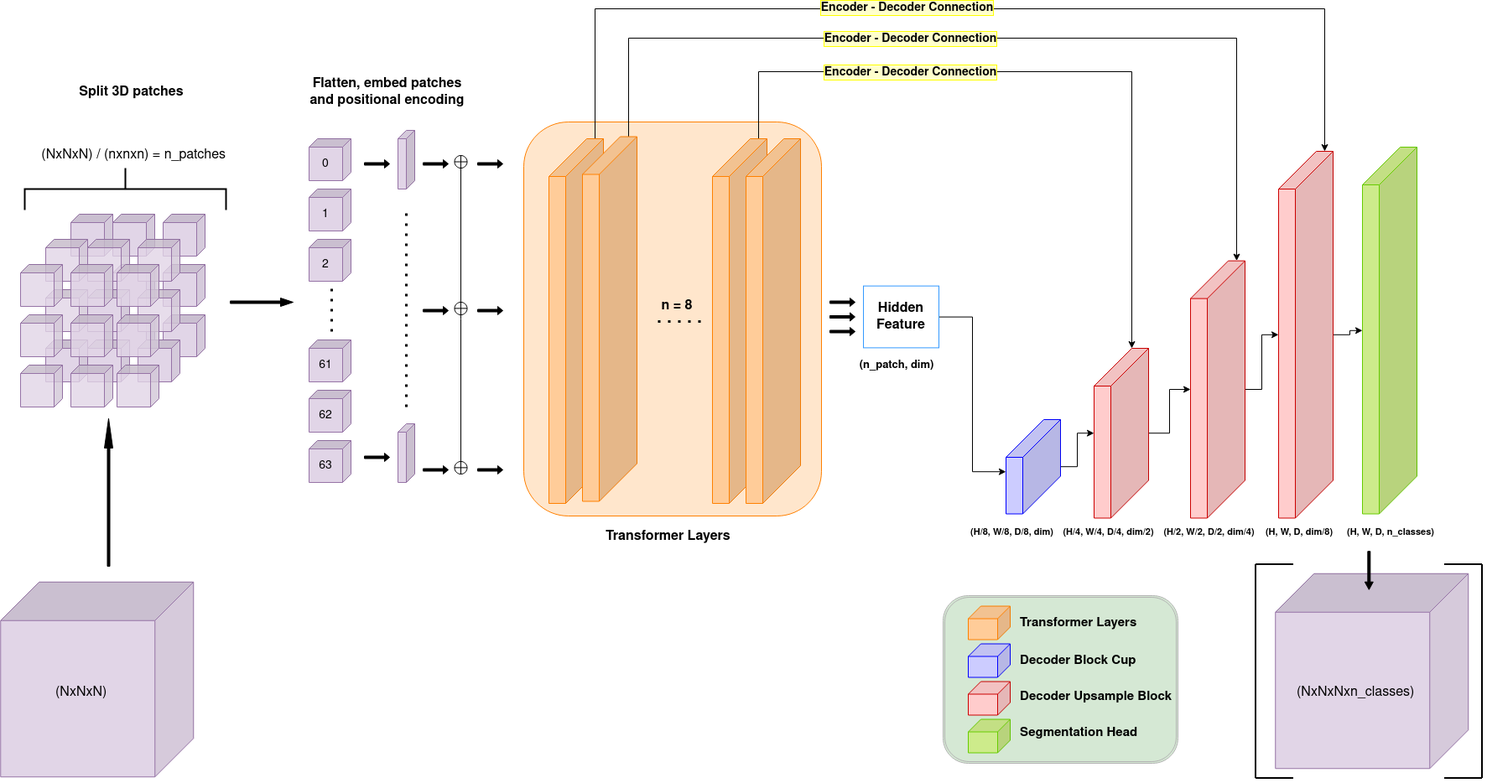
Before: diagrams/neural_network_arch.drawio.png, a diagram exported from draw.io (camilolaiton/SelfAttention3DBrainSegmentation). Source tidied: cells renumbered, new cells last; positions are measured from the earlier drawing's top-left corner, leaving out a move shared by most shapes.
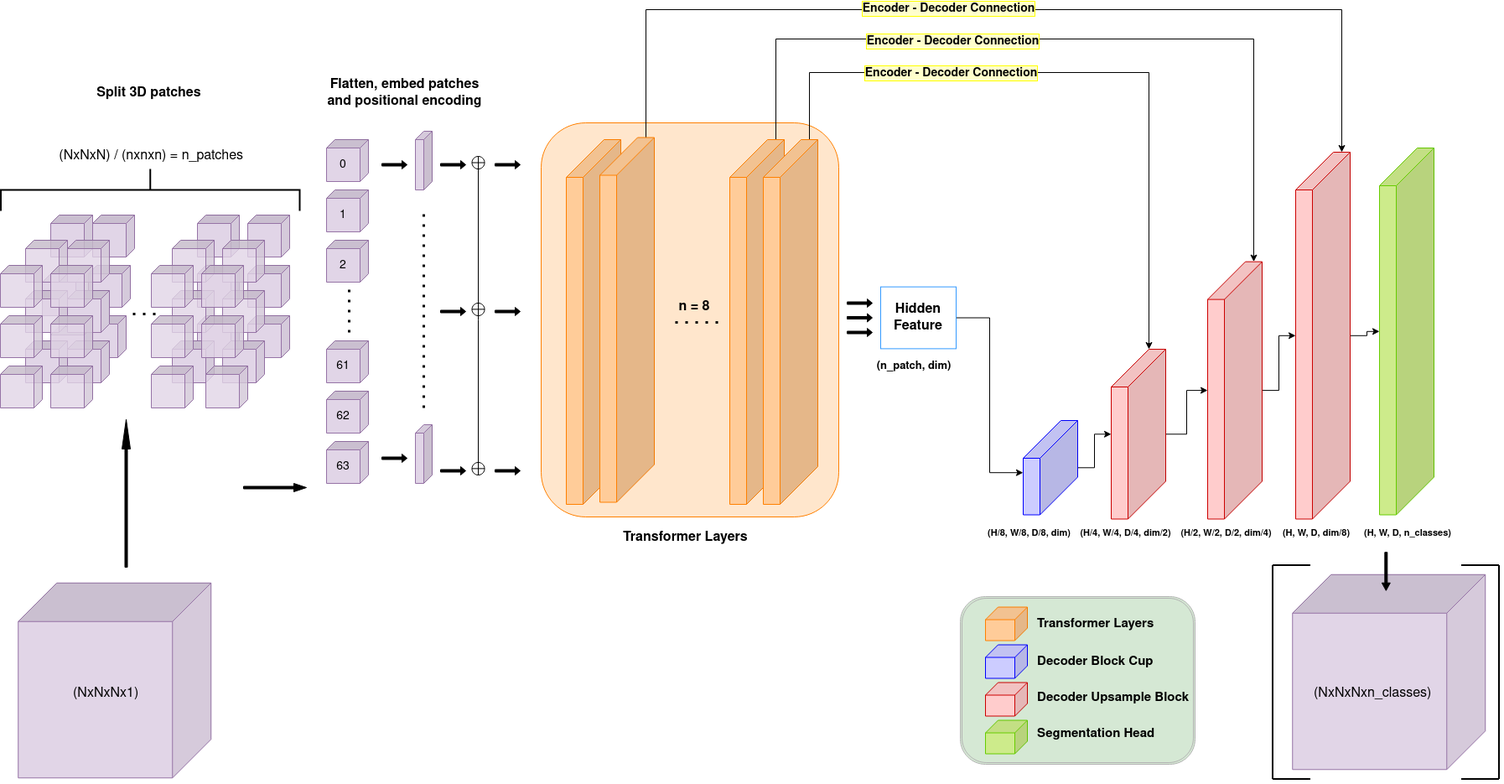
Above is the later version.

Commit message:
changes in neural network diagram and configuration

Change to the diagram source:
```diff
@@ -15,91 +15,91 @@
       <mxGeometry x="542.5" y="350" width="15" height="15" as="geometry" />
     </mxCell>
     <mxCell id="6" style="shape=cube;whiteSpace=wrap;html=1;boundedLbl=1;backgroundOutline=1;darkOpacity=0.05;darkOpacity2=0.1;size=10;rotation=90;fillColor=#e1d5e7;strokeColor=#9673a6;" parent="1" vertex="1">
-      <mxGeometry x="85" y="365" width="50" height="50" as="geometry" />
+      <mxGeometry x="80" y="365" width="50" height="50" as="geometry" />
     </mxCell>
     <mxCell id="7" style="shape=cube;whiteSpace=wrap;html=1;boundedLbl=1;backgroundOutline=1;darkOpacity=0.05;darkOpacity2=0.1;size=10;rotation=90;fillColor=#e1d5e7;strokeColor=#9673a6;" parent="1" vertex="1">
-      <mxGeometry x="135" y="365" width="50" height="50" as="geometry" />
+      <mxGeometry x="30" y="315" width="50" height="50" as="geometry" />
     </mxCell>
     <mxCell id="8" style="shape=cube;whiteSpace=wrap;html=1;boundedLbl=1;backgroundOutline=1;darkOpacity=0.05;darkOpacity2=0.1;size=10;rotation=90;fillColor=#e1d5e7;strokeColor=#9673a6;" parent="1" vertex="1">
-      <mxGeometry x="195" y="365" width="50" height="50" as="geometry" />
+      <mxGeometry x="215" y="365" width="50" height="50" as="geometry" />
     </mxCell>
     <mxCell id="9" style="shape=cube;whiteSpace=wrap;html=1;boundedLbl=1;backgroundOutline=1;darkOpacity=0.05;darkOpacity2=0.1;size=10;direction=east;flipH=1;fillColor=#e1d5e7;strokeColor=#9673a6;" parent="1" vertex="1">
       <mxGeometry x="475" y="145" width="20" height="70" as="geometry" />
     </mxCell>
     <mxCell id="10" style="shape=cube;whiteSpace=wrap;html=1;boundedLbl=1;backgroundOutline=1;darkOpacity=0.05;darkOpacity2=0.1;size=10;rotation=90;fillColor=#e1d5e7;strokeColor=#9673a6;" parent="1" vertex="1">
-      <mxGeometry x="85" y="245" width="50" height="50" as="geometry" />
+      <mxGeometry x="40" y="245" width="50" height="50" as="geometry" />
     </mxCell>
     <mxCell id="11" style="shape=cube;whiteSpace=wrap;html=1;boundedLbl=1;backgroundOutline=1;darkOpacity=0.05;darkOpacity2=0.1;size=10;rotation=90;fillColor=#e1d5e7;strokeColor=#9673a6;" parent="1" vertex="1">
-      <mxGeometry x="135" y="245" width="50" height="50" as="geometry" />
+      <mxGeometry x="90" y="245" width="50" height="50" as="geometry" />
     </mxCell>
     <mxCell id="12" style="shape=cube;whiteSpace=wrap;html=1;boundedLbl=1;backgroundOutline=1;darkOpacity=0.05;darkOpacity2=0.1;size=10;rotation=90;fillColor=#e1d5e7;strokeColor=#9673a6;" parent="1" vertex="1">
-      <mxGeometry x="195" y="245" width="50" height="50" as="geometry" />
+      <mxGeometry x="215" y="245" width="50" height="50" as="geometry" />
     </mxCell>
     <mxCell id="13" style="shape=cube;whiteSpace=wrap;html=1;boundedLbl=1;backgroundOutline=1;darkOpacity=0.05;darkOpacity2=0.1;size=10;rotation=90;fillColor=#e1d5e7;strokeColor=#9673a6;" parent="1" vertex="1">
       <mxGeometry x="85" y="305" width="50" height="50" as="geometry" />
     </mxCell>
     <mxCell id="14" style="shape=cube;whiteSpace=wrap;html=1;boundedLbl=1;backgroundOutline=1;darkOpacity=0.05;darkOpacity2=0.1;size=10;rotation=90;fillColor=#e1d5e7;strokeColor=#9673a6;" parent="1" vertex="1">
-      <mxGeometry x="135" y="305" width="50" height="50" as="geometry" />
+      <mxGeometry x="40" y="378" width="50" height="50" as="geometry" />
     </mxCell>
     <mxCell id="15" style="shape=cube;whiteSpace=wrap;html=1;boundedLbl=1;backgroundOutline=1;darkOpacity=0.05;darkOpacity2=0.1;size=10;rotation=90;fillColor=#e1d5e7;strokeColor=#9673a6;" parent="1" vertex="1">
-      <mxGeometry x="195" y="305" width="50" height="50" as="geometry" />
+      <mxGeometry x="215" y="305" width="50" height="50" as="geometry" />
     </mxCell>
     <mxCell id="16" style="shape=cube;whiteSpace=wrap;html=1;boundedLbl=1;backgroundOutline=1;darkOpacity=0.05;darkOpacity2=0.1;size=10;rotation=90;fillColor=#e1d5e7;strokeColor=#9673a6;fillOpacity=80;" parent="1" vertex="1">
-      <mxGeometry x="55" y="275" width="50" height="50" as="geometry" />
+      <mxGeometry x="10" y="275" width="50" height="50" as="geometry" />
     </mxCell>
     <mxCell id="17" style="shape=cube;whiteSpace=wrap;html=1;boundedLbl=1;backgroundOutline=1;darkOpacity=0.05;darkOpacity2=0.1;size=10;rotation=90;fillColor=#e1d5e7;strokeColor=#9673a6;fillOpacity=80;" parent="1" vertex="1">
-      <mxGeometry x="105" y="275" width="50" height="50" as="geometry" />
+      <mxGeometry x="60" y="275" width="50" height="50" as="geometry" />
     </mxCell>
     <mxCell id="18" style="shape=cube;whiteSpace=wrap;html=1;boundedLbl=1;backgroundOutline=1;darkOpacity=0.05;darkOpacity2=0.1;size=10;rotation=90;fillColor=#e1d5e7;strokeColor=#9673a6;fillOpacity=80;" parent="1" vertex="1">
-      <mxGeometry x="165" y="275" width="50" height="50" as="geometry" />
+      <mxGeometry x="185" y="275" width="50" height="50" as="geometry" />
     </mxCell>
     <mxCell id="19" style="shape=cube;whiteSpace=wrap;html=1;boundedLbl=1;backgroundOutline=1;darkOpacity=0.05;darkOpacity2=0.1;size=10;rotation=90;fillColor=#e1d5e7;strokeColor=#9673a6;fillOpacity=80;" parent="1" vertex="1">
-      <mxGeometry x="55" y="335" width="50" height="50" as="geometry" />
+      <mxGeometry x="10" y="335" width="50" height="50" as="geometry" />
     </mxCell>
     <mxCell id="20" style="shape=cube;whiteSpace=wrap;html=1;boundedLbl=1;backgroundOutline=1;darkOpacity=0.05;darkOpacity2=0.1;size=10;rotation=90;fillColor=#e1d5e7;strokeColor=#9673a6;" parent="1" vertex="1">
-      <mxGeometry x="105" y="335" width="50" height="50" as="geometry" />
+      <mxGeometry x="60" y="335" width="50" height="50" as="geometry" />
     </mxCell>
     <mxCell id="21" style="shape=cube;whiteSpace=wrap;html=1;boundedLbl=1;backgroundOutline=1;darkOpacity=0.05;darkOpacity2=0.1;size=10;rotation=90;fillColor=#e1d5e7;strokeColor=#9673a6;fillOpacity=80;" parent="1" vertex="1">
-      <mxGeometry x="165" y="335" width="50" height="50" as="geometry" />
+      <mxGeometry x="185" y="335" width="50" height="50" as="geometry" />
     </mxCell>
     <mxCell id="22" style="shape=cube;whiteSpace=wrap;html=1;boundedLbl=1;backgroundOutline=1;darkOpacity=0.05;darkOpacity2=0.1;size=10;rotation=90;fillColor=#e1d5e7;strokeColor=#9673a6;fillOpacity=80;" parent="1" vertex="1">
-      <mxGeometry x="25" y="305" width="50" height="50" as="geometry" />
+      <mxGeometry x="-20" y="305" width="50" height="50" as="geometry" />
     </mxCell>
     <mxCell id="23" style="shape=cube;whiteSpace=wrap;html=1;boundedLbl=1;backgroundOutline=1;darkOpacity=0.05;darkOpacity2=0.1;size=10;rotation=90;fillColor=#e1d5e7;strokeColor=#9673a6;" parent="1" vertex="1">
-      <mxGeometry x="165" y="395" width="50" height="50" as="geometry" />
+      <mxGeometry x="185" y="395" width="50" height="50" as="geometry" />
     </mxCell>
     <mxCell id="24" style="shape=cube;whiteSpace=wrap;html=1;boundedLbl=1;backgroundOutline=1;darkOpacity=0.05;darkOpacity2=0.1;size=10;rotation=90;fillColor=#e1d5e7;strokeColor=#9673a6;" parent="1" vertex="1">
-      <mxGeometry x="105" y="395" width="50" height="50" as="geometry" />
+      <mxGeometry x="60" y="395" width="50" height="50" as="geometry" />
     </mxCell>
     <mxCell id="25" style="shape=cube;whiteSpace=wrap;html=1;boundedLbl=1;backgroundOutline=1;darkOpacity=0.05;darkOpacity2=0.1;size=10;rotation=90;fillColor=#e1d5e7;strokeColor=#9673a6;" parent="1" vertex="1">
-      <mxGeometry x="55" y="395" width="50" height="50" as="geometry" />
+      <mxGeometry x="10" y="395" width="50" height="50" as="geometry" />
     </mxCell>
     <mxCell id="26" style="shape=cube;whiteSpace=wrap;html=1;boundedLbl=1;backgroundOutline=1;darkOpacity=0.05;darkOpacity2=0.1;size=10;rotation=90;fillColor=#e1d5e7;strokeColor=#9673a6;fillOpacity=80;" parent="1" vertex="1">
-      <mxGeometry x="85" y="305" width="50" height="50" as="geometry" />
+      <mxGeometry x="40" y="305" width="50" height="50" as="geometry" />
     </mxCell>
     <mxCell id="27" style="shape=cube;whiteSpace=wrap;html=1;boundedLbl=1;backgroundOutline=1;darkOpacity=0.05;darkOpacity2=0.1;size=10;rotation=90;fillColor=#e1d5e7;strokeColor=#9673a6;fillOpacity=80;" parent="1" vertex="1">
-      <mxGeometry x="140" y="305" width="50" height="50" as="geometry" />
+      <mxGeometry x="160" y="305" width="50" height="50" as="geometry" />
     </mxCell>
     <mxCell id="28" style="shape=cube;whiteSpace=wrap;html=1;boundedLbl=1;backgroundOutline=1;darkOpacity=0.05;darkOpacity2=0.1;size=10;rotation=90;fillColor=#e1d5e7;strokeColor=#9673a6;fillOpacity=80;" parent="1" vertex="1">
-      <mxGeometry x="85" y="365" width="50" height="50" as="geometry" />
+      <mxGeometry x="40" y="365" width="50" height="50" as="geometry" />
     </mxCell>
     <mxCell id="29" style="shape=cube;whiteSpace=wrap;html=1;boundedLbl=1;backgroundOutline=1;darkOpacity=0.05;darkOpacity2=0.1;size=10;rotation=90;fillColor=#e1d5e7;strokeColor=#9673a6;fillOpacity=80;" parent="1" vertex="1">
-      <mxGeometry x="25" y="365" width="50" height="50" as="geometry" />
+      <mxGeometry x="-20" y="365" width="50" height="50" as="geometry" />
     </mxCell>
     <mxCell id="30" style="shape=cube;whiteSpace=wrap;html=1;boundedLbl=1;backgroundOutline=1;darkOpacity=0.05;darkOpacity2=0.1;size=10;rotation=90;fillColor=#e1d5e7;strokeColor=#9673a6;fillOpacity=80;" parent="1" vertex="1">
-      <mxGeometry x="140" y="365" width="50" height="50" as="geometry" />
+      <mxGeometry x="160" y="365" width="50" height="50" as="geometry" />
     </mxCell>
     <mxCell id="31" style="shape=cube;whiteSpace=wrap;html=1;boundedLbl=1;backgroundOutline=1;darkOpacity=0.05;darkOpacity2=0.1;size=10;rotation=90;fillColor=#e1d5e7;strokeColor=#9673a6;shadow=0;fillOpacity=80;" parent="1" vertex="1">
-      <mxGeometry x="25" y="425" width="50" height="50" as="geometry" />
+      <mxGeometry x="-20" y="425" width="50" height="50" as="geometry" />
     </mxCell>
     <mxCell id="32" style="shape=cube;whiteSpace=wrap;html=1;boundedLbl=1;backgroundOutline=1;darkOpacity=0.05;darkOpacity2=0.1;size=10;rotation=90;fillColor=#e1d5e7;strokeColor=#9673a6;fillOpacity=80;" parent="1" vertex="1">
-      <mxGeometry x="85" y="425" width="50" height="50" as="geometry" />
+      <mxGeometry x="40" y="425" width="50" height="50" as="geometry" />
     </mxCell>
     <mxCell id="33" style="shape=cube;whiteSpace=wrap;html=1;boundedLbl=1;backgroundOutline=1;darkOpacity=0.05;darkOpacity2=0.1;size=10;rotation=90;fillColor=#e1d5e7;strokeColor=#9673a6;fillOpacity=80;" parent="1" vertex="1">
-      <mxGeometry x="140" y="425" width="50" height="50" as="geometry" />
+      <mxGeometry x="160" y="425" width="50" height="50" as="geometry" />
     </mxCell>
     <mxCell id="34" style="shape=singleArrow;whiteSpace=wrap;html=1;fillColor=#000000;" parent="1" vertex="1">
-      <mxGeometry x="275" y="345" width="75" height="10" as="geometry" />
+      <mxGeometry x="270" y="565" width="75" height="10" as="geometry" />
     </mxCell>
     <mxCell id="35" style="shape=cube;whiteSpace=wrap;html=1;boundedLbl=1;backgroundOutline=1;darkOpacity=0.05;darkOpacity2=0.1;size=10;rotation=90;fillColor=#e1d5e7;strokeColor=#9673a6;" parent="1" vertex="1">
       <mxGeometry x="369" y="155" width="50" height="50" as="geometry" />
@@ -144,7 +144,7 @@
       <mxGeometry x="369" y="535" width="40" height="20" as="geometry" />
     </mxCell>
     <mxCell id="48" style="strokeWidth=2;html=1;shape=mxgraph.flowchart.annotation_2;align=left;labelPosition=right;fillColor=#999999;fontSize=14;rotation=90;" parent="1" vertex="1">
-      <mxGeometry x="125" y="95" width="50" height="240" as="geometry" />
+      <mxGeometry x="133.8" y="36.8" width="50" height="356.5" as="geometry" />
     </mxCell>
     <mxCell id="49" value="&lt;font style=&quot;font-size: 16px&quot;&gt;&amp;nbsp;(NxNxN) / (nxnxn) = n_patches&lt;/font&gt;" style="text;html=1;strokeColor=none;fillColor=none;align=center;verticalAlign=middle;whiteSpace=wrap;rounded=0;fontSize=14;" parent="1" vertex="1">
       <mxGeometry x="12.5" y="165" width="290" height="20" as="geometry" />
@@ -226,38 +226,43 @@
     <mxCell id="69" style="shape=singleArrow;whiteSpace=wrap;html=1;fillColor=#000000;" parent="1" vertex="1">
       <mxGeometry x="570" y="545" width="30" height="10" as="geometry" />
     </mxCell>
-    <mxCell id="70" style="edgeStyle=orthogonalEdgeStyle;rounded=0;jettySize=auto;html=1;" parent="1" edge="1" source="72" target="97">
+    <mxCell id="70" style="edgeStyle=orthogonalEdgeStyle;rounded=0;jettySize=auto;html=1;" parent="1" edge="1" target="97">
       <mxGeometry relative="1" as="geometry">
+        <mxPoint x="750" y="155" as="sourcePoint" />
         <Array as="points">
-          <mxPoint x="710" />
+          <mxPoint x="750" />
           <mxPoint x="1580" />
         </Array>
       </mxGeometry>
     </mxCell>
     <mxCell id="71" value="&lt;font size=&quot;1&quot;&gt;&lt;b&gt;&lt;font style=&quot;font-size: 14px&quot;&gt;Encoder - Decoder Connection&lt;/font&gt;&lt;/b&gt;&lt;/font&gt;" style="edgeLabel;html=1;align=center;verticalAlign=middle;labelBorderColor=#FFFF00;labelBackgroundColor=#FFFFCC;fontColor=#000000;" parent="70" vertex="1">
-      <mxGeometry x="-0.12" y="2" relative="1" as="geometry" />
+      <mxGeometry x="-0.12" y="2" relative="1" as="geometry">
+        <mxPoint x="7" as="offset" />
+      </mxGeometry>
     </mxCell>
     <mxCell id="72" style="shape=cube;whiteSpace=wrap;html=1;boundedLbl=1;backgroundOutline=1;darkOpacity=0.05;darkOpacity2=0.1;size=45;direction=east;flipH=1;fillColor=#FFCC99;strokeColor=#FF8000;" parent="1" vertex="1">
       <mxGeometry x="655" y="155" width="65" height="435" as="geometry" />
     </mxCell>
-    <mxCell id="73" style="edgeStyle=orthogonalEdgeStyle;rounded=0;jettySize=auto;html=1;entryX=0;entryY=0;entryDx=10;entryDy=0;entryPerimeter=0;" parent="1" edge="1" source="75" target="95">
+    <mxCell id="73" style="edgeStyle=orthogonalEdgeStyle;rounded=0;jettySize=auto;html=1;entryX=0;entryY=0;entryDx=10;entryDy=0;entryPerimeter=0;" parent="1" edge="1" source="78" target="95">
       <mxGeometry relative="1" as="geometry">
         <Array as="points">
-          <mxPoint x="750" y="35" />
+          <mxPoint x="905" y="35" />
           <mxPoint x="1475" y="35" />
         </Array>
       </mxGeometry>
     </mxCell>
     <mxCell id="74" value="&lt;font size=&quot;1&quot;&gt;&lt;b&gt;&lt;font style=&quot;font-size: 14px&quot;&gt;Encoder - Decoder Connection&lt;/font&gt;&lt;/b&gt;&lt;/font&gt;" style="edgeLabel;html=1;align=center;verticalAlign=middle;labelBorderColor=#FFFF00;labelBackgroundColor=#FFFFCC;" parent="73" vertex="1">
-      <mxGeometry x="-0.18" relative="1" as="geometry" />
+      <mxGeometry x="-0.18" relative="1" as="geometry">
+        <mxPoint x="-60" y="2" as="offset" />
+      </mxGeometry>
     </mxCell>
     <mxCell id="75" style="shape=cube;whiteSpace=wrap;html=1;boundedLbl=1;backgroundOutline=1;darkOpacity=0.05;darkOpacity2=0.1;size=45;direction=east;flipH=1;fillColor=#FFCC99;strokeColor=#FF8000;" parent="1" vertex="1">
       <mxGeometry x="695" y="152.5" width="65" height="435" as="geometry" />
     </mxCell>
-    <mxCell id="76" style="edgeStyle=orthogonalEdgeStyle;rounded=0;jettySize=auto;html=1;entryX=0;entryY=0;entryDx=20;entryDy=0;entryPerimeter=0;" parent="1" edge="1" source="78" target="93">
+    <mxCell id="76" style="edgeStyle=orthogonalEdgeStyle;rounded=0;jettySize=auto;html=1;entryX=0;entryY=0;entryDx=20;entryDy=0;entryPerimeter=0;exitX=0;exitY=0;exitDx=10;exitDy=0;exitPerimeter=0;" parent="1" edge="1" source="79" target="93">
       <mxGeometry relative="1" as="geometry">
         <Array as="points">
-          <mxPoint x="905" y="75" />
+          <mxPoint x="945" y="75" />
           <mxPoint x="1350" y="75" />
         </Array>
       </mxGeometry>
@@ -357,7 +362,7 @@
     <mxCell id="106" style="shape=singleArrow;whiteSpace=wrap;html=1;fillColor=#000000;rotation=90;" parent="1" vertex="1">
       <mxGeometry x="1610" y="665" width="45.6" height="10" as="geometry" />
     </mxCell>
-    <mxCell id="107" value="&lt;font style=&quot;font-size: 16px&quot;&gt;(NxNxN) &lt;/font&gt;" style="text;whiteSpace=wrap;html=1;fontColor=#000000;" parent="1" vertex="1">
+    <mxCell id="107" value="&lt;font style=&quot;font-size: 16px&quot;&gt;(NxNxNx1) &lt;/font&gt;" style="text;whiteSpace=wrap;html=1;fontColor=#000000;" parent="1" vertex="1">
       <mxGeometry x="65" y="800" width="70" height="30" as="geometry" />
     </mxCell>
     <mxCell id="108" value="&lt;font style=&quot;font-size: 16px&quot;&gt;(NxNxNxn_classes) &lt;/font&gt;" style="text;whiteSpace=wrap;html=1;fontColor=#000000;" parent="1" vertex="1">
@@ -405,5 +410,38 @@
     <mxCell id="122" value="&lt;font style=&quot;font-size: 15px&quot;&gt;Segmentation Head&lt;/font&gt;" style="text;html=1;strokeColor=none;fillColor=none;align=left;verticalAlign=middle;whiteSpace=wrap;rounded=0;fontStyle=1;" parent="1" vertex="1">
       <mxGeometry x="1215" y="852.5" width="185" height="23.9" as="geometry" />
     </mxCell>
+    <mxCell id="123" style="shape=cube;whiteSpace=wrap;html=1;boundedLbl=1;backgroundOutline=1;darkOpacity=0.05;darkOpacity2=0.1;size=10;rotation=90;fillColor=#e1d5e7;strokeColor=#9673a6;" parent="1" vertex="1">
+      <mxGeometry x="275" y="365" width="50" height="50" as="geometry" />
+    </mxCell>
+    <mxCell id="124" style="shape=cube;whiteSpace=wrap;html=1;boundedLbl=1;backgroundOutline=1;darkOpacity=0.05;darkOpacity2=0.1;size=10;rotation=90;fillColor=#e1d5e7;strokeColor=#9673a6;" parent="1" vertex="1">
+      <mxGeometry x="275" y="245" width="50" height="50" as="geometry" />
+    </mxCell>
+    <mxCell id="125" style="shape=cube;whiteSpace=wrap;html=1;boundedLbl=1;backgroundOutline=1;darkOpacity=0.05;darkOpacity2=0.1;size=10;rotation=90;fillColor=#e1d5e7;strokeColor=#9673a6;" parent="1" vertex="1">
+      <mxGeometry x="275" y="305" width="50" height="50" as="geometry" />
+    </mxCell>
+    <mxCell id="126" style="shape=cube;whiteSpace=wrap;html=1;boundedLbl=1;backgroundOutline=1;darkOpacity=0.05;darkOpacity2=0.1;size=10;rotation=90;fillColor=#e1d5e7;strokeColor=#9673a6;fillOpacity=80;" parent="1" vertex="1">
+      <mxGeometry x="245" y="275" width="50" height="50" as="geometry" />
+    </mxCell>
+    <mxCell id="127" style="shape=cube;whiteSpace=wrap;html=1;boundedLbl=1;backgroundOutline=1;darkOpacity=0.05;darkOpacity2=0.1;size=10;rotation=90;fillColor=#e1d5e7;strokeColor=#9673a6;fillOpacity=80;" parent="1" vertex="1">
+      <mxGeometry x="245" y="335" width="50" height="50" as="geometry" />
+    </mxCell>
+    <mxCell id="128" style="shape=cube;whiteSpace=wrap;html=1;boundedLbl=1;backgroundOutline=1;darkOpacity=0.05;darkOpacity2=0.1;size=10;rotation=90;fillColor=#e1d5e7;strokeColor=#9673a6;" parent="1" vertex="1">
+      <mxGeometry x="245" y="395" width="50" height="50" as="geometry" />
+    </mxCell>
+    <mxCell id="129" style="shape=cube;whiteSpace=wrap;html=1;boundedLbl=1;backgroundOutline=1;darkOpacity=0.05;darkOpacity2=0.1;size=10;rotation=90;fillColor=#e1d5e7;strokeColor=#9673a6;fillOpacity=80;" parent="1" vertex="1">
+      <mxGeometry x="220" y="305" width="50" height="50" as="geometry" />
+    </mxCell>
+    <mxCell id="130" style="shape=cube;whiteSpace=wrap;html=1;boundedLbl=1;backgroundOutline=1;darkOpacity=0.05;darkOpacity2=0.1;size=10;rotation=90;fillColor=#e1d5e7;strokeColor=#9673a6;fillOpacity=80;" parent="1" vertex="1">
+      <mxGeometry x="220" y="365" width="50" height="50" as="geometry" />
+    </mxCell>
+    <mxCell id="131" style="shape=cube;whiteSpace=wrap;html=1;boundedLbl=1;backgroundOutline=1;darkOpacity=0.05;darkOpacity2=0.1;size=10;rotation=90;fillColor=#e1d5e7;strokeColor=#9673a6;fillOpacity=80;" parent="1" vertex="1">
+      <mxGeometry x="225" y="425" width="50" height="50" as="geometry" />
+    </mxCell>
+    <mxCell id="132" style="endArrow=none;dashed=1;html=1;dashPattern=1 3;strokeWidth=3;sketch=0;" parent="1" edge="1">
+      <mxGeometry relative="1" as="geometry">
+        <mxPoint x="165" y="363" as="sourcePoint" />
+        <mxPoint x="135" y="363" as="targetPoint" />
+      </mxGeometry>
+    </mxCell>
   </root>
 </mxGraphModel>
```
